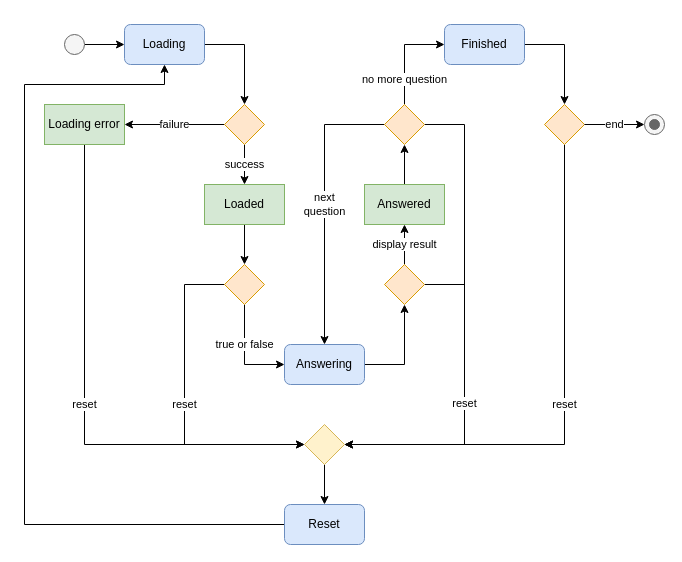
Earlier version of the draw.io diagram assignments/hw5/diagrams.drawio (hanggrian/IIT-ITM555). Source tidied: cells renumbered, new cells numbered last; positions are measured from the earlier drawing's top-left corner, leaving out a move shared by most shapes. Both pictures are drawn from the tidied source at 100%, with x=0, y=0 at pixel (24, 24).
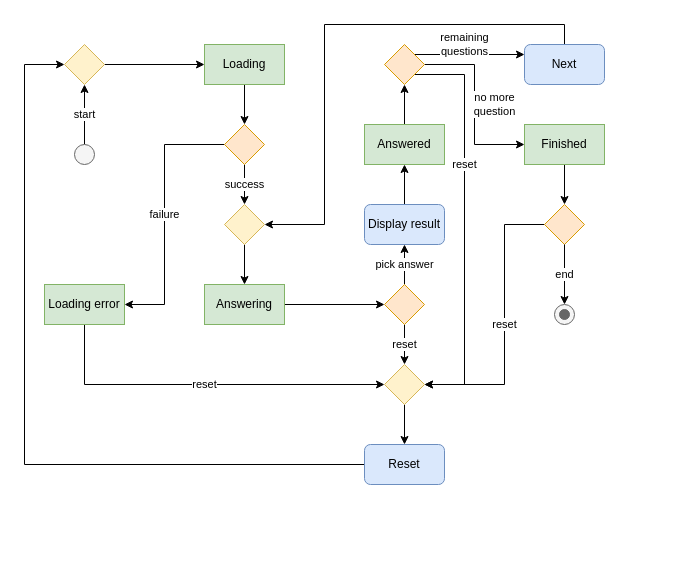
After the change.

Change to the diagram source:
```diff
@@
+    <mxCell id="5" value="failure" style="edgeStyle=orthogonalEdgeStyle;rounded=0;jettySize=auto;html=1;exitX=0;exitY=0.5;exitDx=0;exitDy=0;entryX=1;entryY=0.5;entryDx=0;entryDy=0;" parent="1" edge="1" source="6" target="30">
+      <mxGeometry relative="1" as="geometry">
+        <Array as="points">
+          <mxPoint x="140" y="120" />
+          <mxPoint x="140" y="280" />
+        </Array>
+      </mxGeometry>
+    </mxCell>
+    <mxCell id="4" value="success" style="edgeStyle=orthogonalEdgeStyle;rounded=0;jettySize=auto;html=1;exitX=0.5;exitY=1;exitDx=0;exitDy=0;entryX=0.5;entryY=0;entryDx=0;entryDy=0;" parent="1" edge="1" source="6" target="51">
+      <mxGeometry relative="1" as="geometry" />
+    </mxCell>
+    <mxCell id="6" style="rhombus;whiteSpace=wrap;html=1;shadow=0;fontFamily=Helvetica;fontSize=12;align=center;strokeWidth=1;spacing=6;spacingTop=-4;fillColor=#ffe6cc;strokeColor=#d79b00;" parent="1" vertex="1">
+      <mxGeometry x="200" y="100" width="40" height="40" as="geometry" />
+    </mxCell>
+    <mxCell id="37" style="edgeStyle=orthogonalEdgeStyle;rounded=0;jettySize=auto;html=1;exitX=1;exitY=0.5;exitDx=0;exitDy=0;entryX=0;entryY=0.5;entryDx=0;entryDy=0;" parent="1" edge="1" source="8" target="46">
+      <mxGeometry relative="1" as="geometry" />
+    </mxCell>
+    <mxCell id="8" value="Answering" style="rounded=0;whiteSpace=wrap;html=1;fillColor=#d5e8d4;strokeColor=#82b366;" parent="1" vertex="1">
+      <mxGeometry x="180" y="260" width="80" height="40" as="geometry" />
+    </mxCell>
+    <mxCell id="38" style="edgeStyle=orthogonalEdgeStyle;rounded=0;jettySize=auto;html=1;exitX=0;exitY=0.5;exitDx=0;exitDy=0;entryX=0;entryY=0.5;entryDx=0;entryDy=0;" parent="1" edge="1" source="13" target="56">
+      <mxGeometry relative="1" as="geometry">
+        <Array as="points">
+          <mxPoint y="440" />
+          <mxPoint y="40" />
+        </Array>
+      </mxGeometry>
+    </mxCell>
+    <mxCell id="13" value="Reset" style="rounded=1;whiteSpace=wrap;html=1;fontSize=12;glass=0;strokeWidth=1;shadow=0;fillColor=#dae8fc;strokeColor=#6c8ebf;" parent="1" vertex="1">
+      <mxGeometry x="340" y="420" width="80" height="40" as="geometry" />
+    </mxCell>
+    <mxCell id="39" style="edgeStyle=orthogonalEdgeStyle;rounded=0;jettySize=auto;html=1;exitX=0.5;exitY=0;exitDx=0;exitDy=0;entryX=0.5;entryY=1;entryDx=0;entryDy=0;" parent="1" edge="1" source="15" target="20">
+      <mxGeometry relative="1" as="geometry" />
+    </mxCell>
+    <mxCell id="15" value="Display result" style="rounded=1;whiteSpace=wrap;html=1;fontSize=12;glass=0;strokeWidth=1;shadow=0;fillColor=#dae8fc;strokeColor=#6c8ebf;" parent="1" vertex="1">
+      <mxGeometry x="340" y="180" width="80" height="40" as="geometry" />
+    </mxCell>
+    <mxCell id="40" style="edgeStyle=orthogonalEdgeStyle;rounded=0;jettySize=auto;html=1;exitX=0.5;exitY=0;exitDx=0;exitDy=0;entryX=0.5;entryY=1;entryDx=0;entryDy=0;" parent="1" edge="1" source="20" target="49">
+      <mxGeometry relative="1" as="geometry" />
+    </mxCell>
+    <mxCell id="20" value="Answered" style="rounded=0;whiteSpace=wrap;html=1;fillColor=#d5e8d4;strokeColor=#82b366;" parent="1" vertex="1">
+      <mxGeometry x="340" y="100" width="80" height="40" as="geometry" />
+    </mxCell>
+    <mxCell id="28" style="edgeStyle=orthogonalEdgeStyle;rounded=0;jettySize=auto;html=1;exitX=0.5;exitY=1;exitDx=0;exitDy=0;entryX=0.5;entryY=0;entryDx=0;entryDy=0;" parent="1" edge="1" source="29" target="13">
+      <mxGeometry relative="1" as="geometry" />
+    </mxCell>
+    <mxCell id="29" style="rhombus;whiteSpace=wrap;html=1;shadow=0;fontFamily=Helvetica;fontSize=12;align=center;strokeWidth=1;spacing=6;spacingTop=-4;fillColor=#fff2cc;strokeColor=#d6b656;" parent="1" vertex="1">
+      <mxGeometry x="360" y="340" width="40" height="40" as="geometry" />
+    </mxCell>
+    <mxCell id="27" value="reset" style="edgeStyle=orthogonalEdgeStyle;rounded=0;jettySize=auto;html=1;exitX=0.5;exitY=1;exitDx=0;exitDy=0;entryX=0;entryY=0.5;entryDx=0;entryDy=0;" parent="1" edge="1" source="30" target="29">
+      <mxGeometry relative="1" as="geometry" />
+    </mxCell>
+    <mxCell id="30" value="Loading error" style="rounded=0;whiteSpace=wrap;html=1;fillColor=#d5e8d4;strokeColor=#82b366;" parent="1" vertex="1">
+      <mxGeometry x="20" y="260" width="80" height="40" as="geometry" />
+    </mxCell>
+    <mxCell id="41" value="start" style="edgeStyle=orthogonalEdgeStyle;rounded=0;jettySize=auto;html=1;exitX=0.5;exitY=0;exitDx=0;exitDy=0;entryX=0.5;entryY=1;entryDx=0;entryDy=0;" parent="1" edge="1" source="32" target="56">
+      <mxGeometry relative="1" as="geometry" />
+    </mxCell>
+    <mxCell id="32" style="ellipse;fillColor=#f5f5f5;html=1;fontColor=#333333;strokeColor=#666666;" parent="1" vertex="1">
+      <mxGeometry x="50" y="120" width="20" height="20" as="geometry" />
+    </mxCell>
+    <mxCell id="35" style="shape=mxgraph.sysml.actFinal;html=1;verticalLabelPosition=bottom;labelBackgroundColor=#ffffff;verticalAlign=top;fillColor=#f5f5f5;fontColor=#333333;strokeColor=#666666;" parent="1" vertex="1">
+      <mxGeometry x="530" y="280" width="20" height="20" as="geometry" />
+    </mxCell>
+    <mxCell id="42" style="edgeStyle=orthogonalEdgeStyle;rounded=0;jettySize=auto;html=1;exitX=0.5;exitY=0;exitDx=0;exitDy=0;entryX=1;entryY=0.5;entryDx=0;entryDy=0;" parent="1" edge="1" source="43" target="51">
+      <mxGeometry relative="1" as="geometry">
+        <Array as="points">
+          <mxPoint x="540" />
+          <mxPoint x="300" />
+          <mxPoint x="300" y="200" />
+        </Array>
+      </mxGeometry>
+    </mxCell>
+    <mxCell id="43" value="Next" style="rounded=1;whiteSpace=wrap;html=1;fontSize=12;glass=0;strokeWidth=1;shadow=0;fillColor=#dae8fc;strokeColor=#6c8ebf;" parent="1" vertex="1">
+      <mxGeometry x="500" y="20" width="80" height="40" as="geometry" />
+    </mxCell>
+    <mxCell id="44" value="pick answer" style="edgeStyle=orthogonalEdgeStyle;rounded=0;jettySize=auto;html=1;exitX=0.5;exitY=0;exitDx=0;exitDy=0;entryX=0.5;entryY=1;entryDx=0;entryDy=0;" parent="1" edge="1" source="46" target="15">
+      <mxGeometry relative="1" as="geometry" />
+    </mxCell>
+    <mxCell id="45" value="reset" style="edgeStyle=orthogonalEdgeStyle;rounded=0;jettySize=auto;html=1;exitX=0.5;exitY=1;exitDx=0;exitDy=0;entryX=0.5;entryY=0;entryDx=0;entryDy=0;" parent="1" edge="1" source="46" target="29">
+      <mxGeometry relative="1" as="geometry" />
+    </mxCell>
+    <mxCell id="46" style="rhombus;whiteSpace=wrap;html=1;shadow=0;fontFamily=Helvetica;fontSize=12;align=center;strokeWidth=1;spacing=6;spacingTop=-4;fillColor=#ffe6cc;strokeColor=#d79b00;" parent="1" vertex="1">
+      <mxGeometry x="360" y="260" width="40" height="40" as="geometry" />
+    </mxCell>
-    <mxCell id="2" style="edgeStyle=orthogonalEdgeStyle;rounded=0;jettySize=auto;html=1;exitX=1;exitY=0.5;exitDx=0;exitDy=0;entryX=0.5;entryY=0;entryDx=0;entryDy=0;" parent="1" edge="1" source="3" target="6">
+    <mxCell id="2" style="edgeStyle=orthogonalEdgeStyle;rounded=0;jettySize=auto;html=1;exitX=0.5;exitY=1;exitDx=0;exitDy=0;entryX=0.5;entryY=0;entryDx=0;entryDy=0;" parent="1" edge="1" source="3" target="6">
       <mxGeometry relative="1" as="geometry" />
     </mxCell>
-    <mxCell id="3" value="Loading" style="rounded=1;whiteSpace=wrap;html=1;fontSize=12;glass=0;strokeWidth=1;shadow=0;fillColor=#dae8fc;strokeColor=#6c8ebf;" parent="1" vertex="1">
-      <mxGeometry x="100" width="80" height="40" as="geometry" />
+    <mxCell id="3" value="Loading" style="rounded=0;whiteSpace=wrap;html=1;fillColor=#d5e8d4;strokeColor=#82b366;" parent="1" vertex="1">
+      <mxGeometry x="180" y="20" width="80" height="40" as="geometry" />
     </mxCell>
-    <mxCell id="4" value="success" style="edgeStyle=orthogonalEdgeStyle;rounded=0;jettySize=auto;html=1;exitX=0.5;exitY=1;exitDx=0;exitDy=0;entryX=0.5;entryY=0;entryDx=0;entryDy=0;" parent="1" edge="1" source="6" target="8">
-      <mxGeometry relative="1" as="geometry" />
-    </mxCell>
-    <mxCell id="5" value="failure" style="edgeStyle=orthogonalEdgeStyle;rounded=0;jettySize=auto;html=1;exitX=0;exitY=0.5;exitDx=0;exitDy=0;entryX=1;entryY=0.5;entryDx=0;entryDy=0;" parent="1" edge="1" source="6" target="30">
-      <mxGeometry relative="1" as="geometry" />
-    </mxCell>
-    <mxCell id="6" style="rhombus;whiteSpace=wrap;html=1;shadow=0;fontFamily=Helvetica;fontSize=12;align=center;strokeWidth=1;spacing=6;spacingTop=-4;fillColor=#ffe6cc;strokeColor=#d79b00;" parent="1" vertex="1">
-      <mxGeometry x="200" y="80" width="40" height="40" as="geometry" />
-    </mxCell>
-    <mxCell id="7" style="edgeStyle=orthogonalEdgeStyle;rounded=0;jettySize=auto;html=1;exitX=0.5;exitY=1;exitDx=0;exitDy=0;entryX=0.5;entryY=0;entryDx=0;entryDy=0;" parent="1" edge="1" source="8" target="11">
-      <mxGeometry relative="1" as="geometry" />
-    </mxCell>
-    <mxCell id="8" value="Loaded" style="rounded=0;whiteSpace=wrap;html=1;fillColor=#d5e8d4;strokeColor=#82b366;" parent="1" vertex="1">
-      <mxGeometry x="180" y="160" width="80" height="40" as="geometry" />
-    </mxCell>
-    <mxCell id="9" value="reset" style="edgeStyle=orthogonalEdgeStyle;rounded=0;jettySize=auto;html=1;exitX=0;exitY=0.5;exitDx=0;exitDy=0;entryX=0;entryY=0.5;entryDx=0;entryDy=0;" parent="1" edge="1" source="11" target="29">
-      <mxGeometry relative="1" as="geometry">
-        <Array as="points">
-          <mxPoint x="160" y="260" />
-          <mxPoint x="160" y="420" />
-        </Array>
-      </mxGeometry>
-    </mxCell>
-    <mxCell id="10" value="true or false" style="edgeStyle=orthogonalEdgeStyle;rounded=0;jettySize=auto;html=1;exitX=0.5;exitY=1;exitDx=0;exitDy=0;entryX=0;entryY=0.5;entryDx=0;entryDy=0;" parent="1" edge="1" source="11" target="15">
-      <mxGeometry x="-0.2" relative="1" as="geometry" />
-    </mxCell>
-    <mxCell id="11" style="rhombus;whiteSpace=wrap;html=1;shadow=0;fontFamily=Helvetica;fontSize=12;align=center;strokeWidth=1;spacing=6;spacingTop=-4;fillColor=#ffe6cc;strokeColor=#d79b00;" parent="1" vertex="1">
-      <mxGeometry x="200" y="240" width="40" height="40" as="geometry" />
-    </mxCell>
-    <mxCell id="12" style="edgeStyle=orthogonalEdgeStyle;rounded=0;jettySize=auto;html=1;exitX=0;exitY=0.5;exitDx=0;exitDy=0;entryX=0.5;entryY=1;entryDx=0;entryDy=0;" parent="1" edge="1" source="13" target="3">
-      <mxGeometry relative="1" as="geometry">
-        <Array as="points">
-          <mxPoint y="500" />
-          <mxPoint y="60" />
-          <mxPoint x="140" y="60" />
-        </Array>
-      </mxGeometry>
-    </mxCell>
-    <mxCell id="13" value="Reset" style="rounded=1;whiteSpace=wrap;html=1;fontSize=12;glass=0;strokeWidth=1;shadow=0;fillColor=#dae8fc;strokeColor=#6c8ebf;" parent="1" vertex="1">
-      <mxGeometry x="260" y="480" width="80" height="40" as="geometry" />
-    </mxCell>
-    <mxCell id="14" style="edgeStyle=orthogonalEdgeStyle;rounded=0;jettySize=auto;html=1;exitX=1;exitY=0.5;exitDx=0;exitDy=0;entryX=0.5;entryY=1;entryDx=0;entryDy=0;" parent="1" edge="1" source="15" target="18">
-      <mxGeometry relative="1" as="geometry" />
-    </mxCell>
-    <mxCell id="15" value="Answering" style="rounded=1;whiteSpace=wrap;html=1;fontSize=12;glass=0;strokeWidth=1;shadow=0;fillColor=#dae8fc;strokeColor=#6c8ebf;" parent="1" vertex="1">
-      <mxGeometry x="260" y="320" width="80" height="40" as="geometry" />
-    </mxCell>
-    <mxCell id="16" value="display result" style="edgeStyle=orthogonalEdgeStyle;rounded=0;jettySize=auto;html=1;exitX=0.5;exitY=0;exitDx=0;exitDy=0;entryX=0.5;entryY=1;entryDx=0;entryDy=0;" parent="1" edge="1" source="18" target="20">
-      <mxGeometry relative="1" as="geometry" />
-    </mxCell>
-    <mxCell id="17" style="edgeStyle=orthogonalEdgeStyle;rounded=0;jettySize=auto;html=1;exitX=1;exitY=0.5;exitDx=0;exitDy=0;entryX=1;entryY=0.5;entryDx=0;entryDy=0;" parent="1" edge="1" source="18" target="29">
-      <mxGeometry relative="1" as="geometry">
-        <Array as="points">
-          <mxPoint x="440" y="260" />
-          <mxPoint x="440" y="420" />
-        </Array>
-      </mxGeometry>
-    </mxCell>
-    <mxCell id="18" style="rhombus;whiteSpace=wrap;html=1;shadow=0;fontFamily=Helvetica;fontSize=12;align=center;strokeWidth=1;spacing=6;spacingTop=-4;fillColor=#ffe6cc;strokeColor=#d79b00;" parent="1" vertex="1">
-      <mxGeometry x="360" y="240" width="40" height="40" as="geometry" />
-    </mxCell>
-    <mxCell id="19" style="edgeStyle=orthogonalEdgeStyle;rounded=0;jettySize=auto;html=1;exitX=0.5;exitY=0;exitDx=0;exitDy=0;entryX=0.5;entryY=1;entryDx=0;entryDy=0;" parent="1" edge="1" source="20" target="24">
-      <mxGeometry relative="1" as="geometry" />
-    </mxCell>
-    <mxCell id="20" value="Answered" style="rounded=0;whiteSpace=wrap;html=1;fillColor=#d5e8d4;strokeColor=#82b366;" parent="1" vertex="1">
-      <mxGeometry x="340" y="160" width="80" height="40" as="geometry" />
-    </mxCell>
+    <mxCell id="47" value="remaining&lt;div&gt;questions&lt;/div&gt;" style="edgeStyle=orthogonalEdgeStyle;rounded=0;jettySize=auto;html=1;exitX=1;exitY=0;exitDx=0;exitDy=0;entryX=0;entryY=0.25;entryDx=0;entryDy=0;" parent="1" edge="1" source="49" target="43">
+      <mxGeometry x="-0.09" y="10" relative="1" as="geometry" />
+    </mxCell>
-    <mxCell id="21" value="no more question" style="edgeStyle=orthogonalEdgeStyle;rounded=0;jettySize=auto;html=1;exitX=0.5;exitY=0;exitDx=0;exitDy=0;entryX=0;entryY=0.5;entryDx=0;entryDy=0;" parent="1" edge="1" source="24" target="26">
-      <mxGeometry x="-0.5" relative="1" as="geometry" />
+    <mxCell id="21" value="no more&lt;div&gt;question&lt;/div&gt;" style="edgeStyle=orthogonalEdgeStyle;rounded=0;jettySize=auto;html=1;exitX=1;exitY=0.5;exitDx=0;exitDy=0;entryX=0;entryY=0.5;entryDx=0;entryDy=0;" parent="1" edge="1" source="49" target="26">
+      <mxGeometry y="20" relative="1" as="geometry" />
     </mxCell>
-    <mxCell id="22" value="reset" style="edgeStyle=orthogonalEdgeStyle;rounded=0;jettySize=auto;html=1;exitX=1;exitY=0.5;exitDx=0;exitDy=0;" parent="1" edge="1" source="24">
-      <mxGeometry x="0.33" relative="1" as="geometry">
-        <mxPoint x="320" y="420" as="targetPoint" />
-        <Array as="points">
-          <mxPoint x="440" y="100" />
-          <mxPoint x="440" y="420" />
-        </Array>
-      </mxGeometry>
-    </mxCell>
-    <mxCell id="23" value="next&lt;div&gt;question&lt;/div&gt;" style="edgeStyle=orthogonalEdgeStyle;rounded=0;jettySize=auto;html=1;exitX=0;exitY=0.5;exitDx=0;exitDy=0;entryX=0.5;entryY=0;entryDx=0;entryDy=0;" parent="1" edge="1" source="24" target="15">
-      <mxGeometry relative="1" as="geometry" />
-    </mxCell>
-    <mxCell id="24" style="rhombus;whiteSpace=wrap;html=1;shadow=0;fontFamily=Helvetica;fontSize=12;align=center;strokeWidth=1;spacing=6;spacingTop=-4;fillColor=#ffe6cc;strokeColor=#d79b00;" parent="1" vertex="1">
-      <mxGeometry x="360" y="80" width="40" height="40" as="geometry" />
-    </mxCell>
-    <mxCell id="25" style="edgeStyle=orthogonalEdgeStyle;rounded=0;jettySize=auto;html=1;exitX=1;exitY=0.5;exitDx=0;exitDy=0;entryX=0.5;entryY=0;entryDx=0;entryDy=0;" parent="1" edge="1" source="26" target="34">
-      <mxGeometry relative="1" as="geometry" />
-    </mxCell>
+    <mxCell id="48" value="reset" style="edgeStyle=orthogonalEdgeStyle;rounded=0;jettySize=auto;html=1;exitX=1;exitY=1;exitDx=0;exitDy=0;entryX=1;entryY=0.5;entryDx=0;entryDy=0;" parent="1" edge="1" source="49" target="29">
+      <mxGeometry x="-0.3" relative="1" as="geometry">
+        <Array as="points">
+          <mxPoint x="440" y="50" />
+          <mxPoint x="440" y="360" />
+        </Array>
+      </mxGeometry>
+    </mxCell>
+    <mxCell id="49" style="rhombus;whiteSpace=wrap;html=1;shadow=0;fontFamily=Helvetica;fontSize=12;align=center;strokeWidth=1;spacing=6;spacingTop=-4;fillColor=#ffe6cc;strokeColor=#d79b00;" parent="1" vertex="1">
+      <mxGeometry x="360" y="20" width="40" height="40" as="geometry" />
+    </mxCell>
+    <mxCell id="50" style="edgeStyle=orthogonalEdgeStyle;rounded=0;jettySize=auto;html=1;" parent="1" edge="1" source="51" target="8">
+      <mxGeometry relative="1" as="geometry" />
+    </mxCell>
+    <mxCell id="51" style="rhombus;whiteSpace=wrap;html=1;shadow=0;fontFamily=Helvetica;fontSize=12;align=center;strokeWidth=1;spacing=6;spacingTop=-4;fillColor=#fff2cc;strokeColor=#d6b656;" parent="1" vertex="1">
+      <mxGeometry x="200" y="180" width="40" height="40" as="geometry" />
+    </mxCell>
+    <mxCell id="52" style="edgeStyle=orthogonalEdgeStyle;rounded=0;jettySize=auto;html=1;exitX=0.5;exitY=1;exitDx=0;exitDy=0;entryX=0.5;entryY=0;entryDx=0;entryDy=0;" parent="1" edge="1" source="26" target="54">
+      <mxGeometry relative="1" as="geometry" />
+    </mxCell>
-    <mxCell id="26" value="Finished" style="rounded=1;whiteSpace=wrap;html=1;fontSize=12;glass=0;strokeWidth=1;shadow=0;fillColor=#dae8fc;strokeColor=#6c8ebf;" parent="1" vertex="1">
-      <mxGeometry x="420" width="80" height="40" as="geometry" />
+    <mxCell id="26" value="Finished" style="rounded=0;whiteSpace=wrap;html=1;fillColor=#d5e8d4;strokeColor=#82b366;" parent="1" vertex="1">
+      <mxGeometry x="500" y="100" width="80" height="40" as="geometry" />
     </mxCell>
-    <mxCell id="27" value="reset" style="edgeStyle=orthogonalEdgeStyle;rounded=0;jettySize=auto;html=1;entryX=0;entryY=0.5;entryDx=0;entryDy=0;exitX=0.5;exitY=1;exitDx=0;exitDy=0;" parent="1" edge="1" source="30" target="29">
-      <mxGeometry relative="1" as="geometry" />
-    </mxCell>
-    <mxCell id="28" style="edgeStyle=orthogonalEdgeStyle;rounded=0;jettySize=auto;html=1;exitX=0.5;exitY=1;exitDx=0;exitDy=0;entryX=0.5;entryY=0;entryDx=0;entryDy=0;" parent="1" edge="1" source="29" target="13">
-      <mxGeometry relative="1" as="geometry" />
-    </mxCell>
-    <mxCell id="29" style="rhombus;whiteSpace=wrap;html=1;shadow=0;fontFamily=Helvetica;fontSize=12;align=center;strokeWidth=1;spacing=6;spacingTop=-4;fillColor=#fff2cc;strokeColor=#d6b656;" parent="1" vertex="1">
-      <mxGeometry x="280" y="400" width="40" height="40" as="geometry" />
-    </mxCell>
-    <mxCell id="30" value="Loading error" style="rounded=0;whiteSpace=wrap;html=1;fillColor=#d5e8d4;strokeColor=#82b366;" parent="1" vertex="1">
-      <mxGeometry x="20" y="80" width="80" height="40" as="geometry" />
-    </mxCell>
-    <mxCell id="31" style="edgeStyle=orthogonalEdgeStyle;rounded=0;jettySize=auto;html=1;exitX=1;exitY=0.5;exitDx=0;exitDy=0;entryX=0;entryY=0.5;entryDx=0;entryDy=0;" parent="1" edge="1" source="32" target="3">
-      <mxGeometry relative="1" as="geometry" />
-    </mxCell>
-    <mxCell id="32" style="ellipse;fillColor=#f5f5f5;html=1;fontColor=#333333;strokeColor=#666666;" parent="1" vertex="1">
-      <mxGeometry x="40" y="10" width="20" height="20" as="geometry" />
-    </mxCell>
-    <mxCell id="33" value="reset" style="edgeStyle=orthogonalEdgeStyle;rounded=0;jettySize=auto;html=1;exitX=0.5;exitY=1;exitDx=0;exitDy=0;entryX=1;entryY=0.5;entryDx=0;entryDy=0;" parent="1" edge="1" source="34" target="29">
-      <mxGeometry relative="1" as="geometry" />
-    </mxCell>
-    <mxCell id="34" style="rhombus;whiteSpace=wrap;html=1;shadow=0;fontFamily=Helvetica;fontSize=12;align=center;strokeWidth=1;spacing=6;spacingTop=-4;fillColor=#ffe6cc;strokeColor=#d79b00;" parent="1" vertex="1">
-      <mxGeometry x="520" y="80" width="40" height="40" as="geometry" />
-    </mxCell>
-    <mxCell id="35" style="shape=mxgraph.sysml.actFinal;html=1;verticalLabelPosition=bottom;labelBackgroundColor=#ffffff;verticalAlign=top;fillColor=#f5f5f5;fontColor=#333333;strokeColor=#666666;" parent="1" vertex="1">
-      <mxGeometry x="620" y="90" width="20" height="20" as="geometry" />
-    </mxCell>
+    <mxCell id="53" value="reset" style="edgeStyle=orthogonalEdgeStyle;rounded=0;jettySize=auto;html=1;exitX=0;exitY=0.5;exitDx=0;exitDy=0;entryX=1;entryY=0.5;entryDx=0;entryDy=0;" parent="1" edge="1" source="54" target="29">
+      <mxGeometry relative="1" as="geometry">
+        <Array as="points">
+          <mxPoint x="480" y="200" />
+          <mxPoint x="480" y="360" />
+        </Array>
+      </mxGeometry>
+    </mxCell>
+    <mxCell id="54" style="rhombus;whiteSpace=wrap;html=1;shadow=0;fontFamily=Helvetica;fontSize=12;align=center;strokeWidth=1;spacing=6;spacingTop=-4;fillColor=#ffe6cc;strokeColor=#d79b00;" parent="1" vertex="1">
+      <mxGeometry x="520" y="180" width="40" height="40" as="geometry" />
+    </mxCell>
+    <mxCell id="55" style="edgeStyle=orthogonalEdgeStyle;rounded=0;jettySize=auto;html=1;exitX=1;exitY=0.5;exitDx=0;exitDy=0;entryX=0;entryY=0.5;entryDx=0;entryDy=0;" parent="1" edge="1" source="56" target="3">
+      <mxGeometry relative="1" as="geometry" />
+    </mxCell>
+    <mxCell id="56" style="rhombus;whiteSpace=wrap;html=1;shadow=0;fontFamily=Helvetica;fontSize=12;align=center;strokeWidth=1;spacing=6;spacingTop=-4;fillColor=#fff2cc;strokeColor=#d6b656;" parent="1" vertex="1">
+      <mxGeometry x="40" y="20" width="40" height="40" as="geometry" />
+    </mxCell>
-    <mxCell id="36" value="end" style="edgeStyle=orthogonalEdgeStyle;rounded=0;jettySize=auto;html=1;exitX=1;exitY=0.5;exitDx=0;exitDy=0;entryX=0;entryY=0.5;entryDx=0;entryDy=0;entryPerimeter=0;" parent="1" edge="1" source="34" target="35">
+    <mxCell id="36" value="end" style="edgeStyle=orthogonalEdgeStyle;rounded=0;jettySize=auto;html=1;exitX=0.5;exitY=1;exitDx=0;exitDy=0;entryX=0.5;entryY=0;entryDx=0;entryDy=0;entryPerimeter=0;" parent="1" edge="1" source="54" target="35">
       <mxGeometry relative="1" as="geometry" />
     </mxCell>
```
